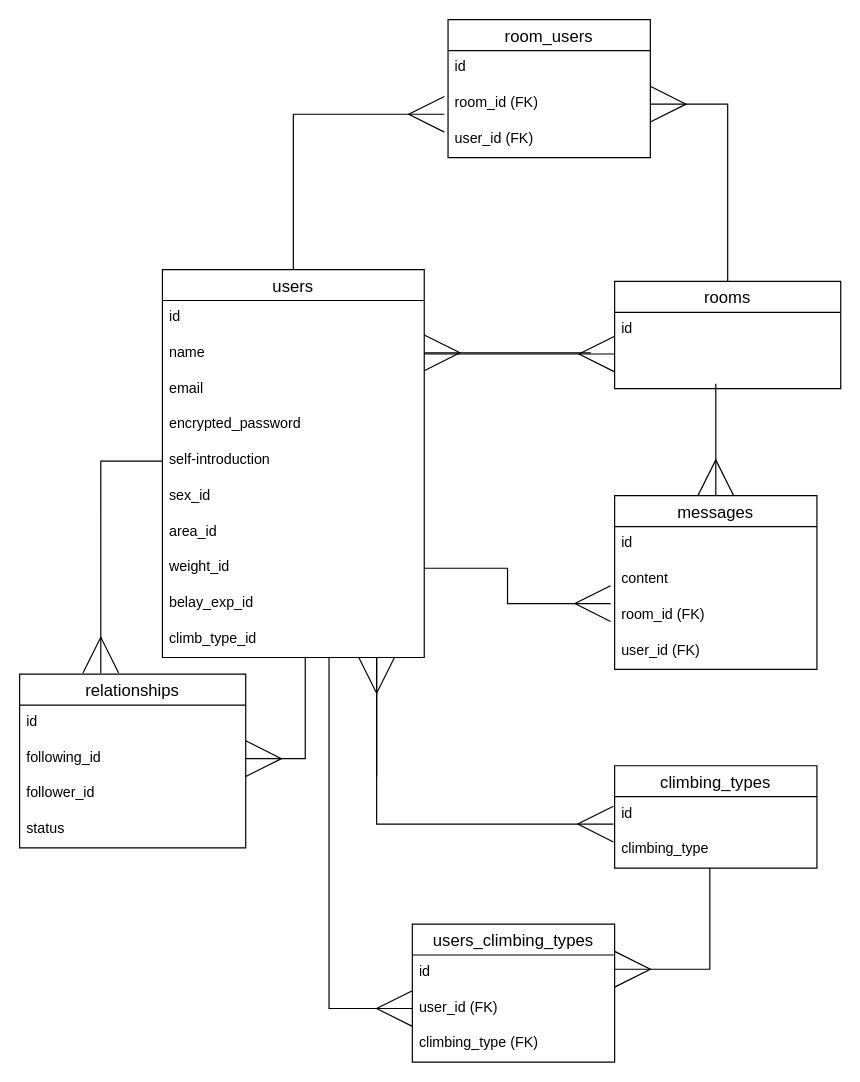
This is climber-app.dio from ttaroo1217/climber-app, a draw.io file, before an edit. Source tidied: cells renumbered, new cells numbered last; positions are measured from the earlier drawing's top-left corner, leaving out a move shared by most shapes. Both pictures are drawn from the tidied source at 119%, with x=0, y=0 at pixel (19, 19).
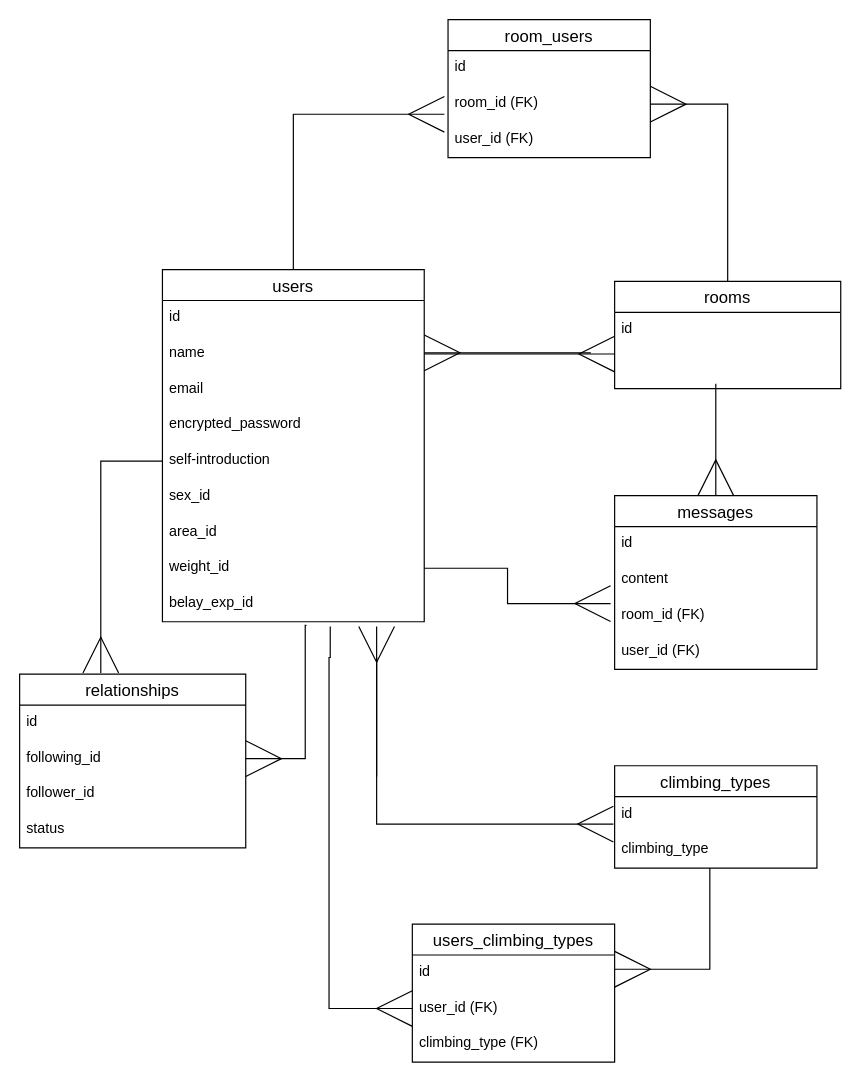
Above is the later version.

The change refers to these unchanged cells:
```xml
<mxCell id="6" value="following_id" style="text;strokeColor=none;fillColor=none;spacingLeft=4;spacingRight=4;overflow=hidden;points=[[0,0.5],[1,0.5]];portConstraint=eastwest;fontSize=12;" parent="4" vertex="1">
  <mxGeometry y="56" width="190" height="30" as="geometry" />
</mxCell>
<mxCell id="19" value="belay_exp_id" style="text;strokeColor=none;fillColor=none;spacingLeft=4;spacingRight=4;overflow=hidden;points=[[0,0.5],[1,0.5]];portConstraint=eastwest;fontSize=12;" parent="10" vertex="1">
  <mxGeometry y="266" width="220" height="30" as="geometry" />
</mxCell>
<mxCell id="39" value="user_id (FK)" style="text;strokeColor=none;fillColor=none;spacingLeft=4;spacingRight=4;overflow=hidden;points=[[0,0.5],[1,0.5]];portConstraint=eastwest;fontSize=12;" parent="37" vertex="1">
  <mxGeometry y="56" width="170" height="30" as="geometry" />
</mxCell>
```

Diff of the diagram source:
```diff
@@
-    <mxCell id="3" style="edgeStyle=orthogonalEdgeStyle;rounded=0;jettySize=auto;html=1;endArrow=ERmany;endFill=0;endSize=28;entryX=1;entryY=0.5;entryDx=0;entryDy=0;" parent="1" edge="1" source="20" target="6">
+    <mxCell id="3" style="edgeStyle=orthogonalEdgeStyle;rounded=0;jettySize=auto;html=1;endArrow=ERmany;endFill=0;endSize=28;entryX=1;entryY=0.5;entryDx=0;entryDy=0;exitX=0.55;exitY=1.1;exitDx=0;exitDy=0;exitPerimeter=0;" parent="1" edge="1" source="19" target="6">
       <mxGeometry relative="1" as="geometry">
         <Array as="points">
+          <mxPoint x="240" y="509" />
           <mxPoint x="240" y="621" />
         </Array>
       </mxGeometry>
     </mxCell>
@@
     <mxCell id="10" value="users" style="swimlane;fontStyle=0;horizontal=1;startSize=26;align=center;fontSize=14;" parent="1" vertex="1">
-      <mxGeometry x="120" y="210" width="220" height="326" as="geometry" />
+      <mxGeometry x="120" y="210" width="220" height="296" as="geometry" />
     </mxCell>
@@
-    <mxCell id="20" value="climb_type_id" style="text;strokeColor=none;fillColor=none;spacingLeft=4;spacingRight=4;overflow=hidden;points=[[0,0.5],[1,0.5]];portConstraint=eastwest;fontSize=12;" parent="10" vertex="1">
-      <mxGeometry y="296" width="220" height="30" as="geometry" />
-    </mxCell>
@@
-    <mxCell id="44" style="edgeStyle=orthogonalEdgeStyle;rounded=0;jettySize=auto;html=1;endArrow=ERmany;endFill=0;endSize=28;entryX=0;entryY=0.5;entryDx=0;entryDy=0;" parent="1" edge="1" target="39">
+    <mxCell id="44" style="edgeStyle=orthogonalEdgeStyle;rounded=0;jettySize=auto;html=1;endArrow=ERmany;endFill=0;endSize=28;entryX=0;entryY=0.5;entryDx=0;entryDy=0;exitX=0.641;exitY=1.133;exitDx=0;exitDy=0;exitPerimeter=0;" parent="1" edge="1" source="19" target="39">
       <mxGeometry relative="1" as="geometry">
-        <mxPoint x="270" y="536" as="sourcePoint" />
         <Array as="points">
+          <mxPoint x="261" y="536" />
           <mxPoint x="260" y="536" />
           <mxPoint x="260" y="831" />
         </Array>
       </mxGeometry>
     </mxCell>
@@
     <mxCell id="47" style="rounded=0;orthogonalLoop=1;jettySize=auto;html=1;endArrow=ERmany;endFill=0;endSize=28;" parent="1" edge="1">
       <mxGeometry relative="1" as="geometry">
         <mxPoint x="300" y="636" as="sourcePoint" />
-        <mxPoint x="300" y="536" as="targetPoint" />
+        <mxPoint x="300" y="510" as="targetPoint" />
         <Array as="points">
           <mxPoint x="300" y="636" />
         </Array>
       </mxGeometry>
     </mxCell>
```
